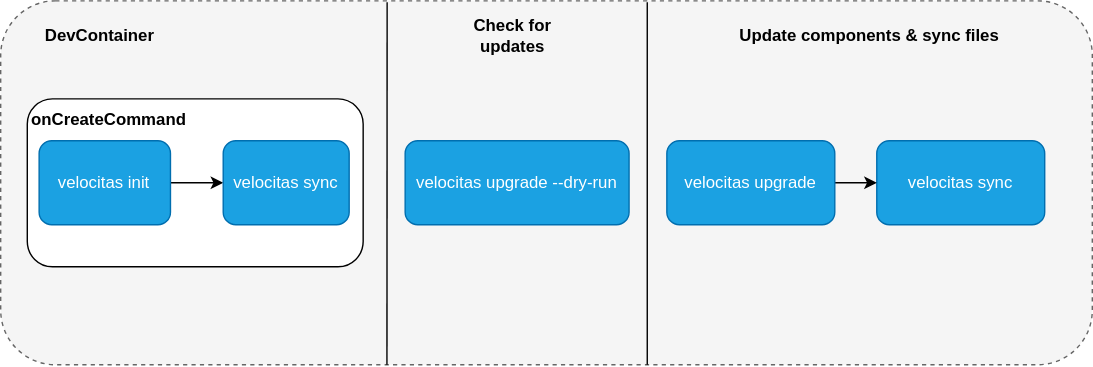
SoftwareDefinedVehicle/velocitas-docs keeps this draw.io diagram as docs/concepts/lifecycle_management/VADF_Lifecycle_Flow.drawio.svg. Above is the earlier version. Source tidied: cells renumbered, new cells last; positions are measured from the earlier drawing's top-left corner, leaving out a move shared by most shapes. The source it was exported from:
```xml
<mxGraphModel>
  <root>
    <mxCell id="0" />
    <mxCell id="1" parent="0" />
    <mxCell id="2" style="rounded=1;whiteSpace=wrap;html=1;fillColor=#f5f5f5;strokeColor=#666666;fontColor=#333333;dashed=1;" parent="1" vertex="1">
      <mxGeometry width="780" height="260" as="geometry" />
    </mxCell>
    <mxCell id="3" value="DevContainer" style="text;html=1;strokeColor=none;fillColor=none;align=center;verticalAlign=middle;whiteSpace=wrap;rounded=0;fontStyle=1;" parent="1" vertex="1">
      <mxGeometry x="26" y="10" width="90" height="30" as="geometry" />
    </mxCell>
    <mxCell id="4" value="velocitas upgrade --dry-run" style="rounded=1;whiteSpace=wrap;html=1;fillColor=#1ba1e2;fontColor=#ffffff;strokeColor=#006EAF;" parent="1" vertex="1">
      <mxGeometry x="289" y="100" width="160" height="60" as="geometry" />
    </mxCell>
    <mxCell id="5" value="velocitas sync" style="rounded=1;whiteSpace=wrap;html=1;fillColor=#1ba1e2;fontColor=#ffffff;strokeColor=#006EAF;" parent="1" vertex="1">
      <mxGeometry x="626" y="100" width="120" height="60" as="geometry" />
    </mxCell>
    <mxCell id="6" style="edgeStyle=orthogonalEdgeStyle;rounded=0;jettySize=auto;html=1;exitX=1;exitY=0.5;exitDx=0;exitDy=0;entryX=0;entryY=0.5;entryDx=0;entryDy=0;" parent="1" edge="1" source="7" target="5">
      <mxGeometry relative="1" as="geometry" />
    </mxCell>
    <mxCell id="7" value="velocitas upgrade" style="rounded=1;whiteSpace=wrap;html=1;fillColor=#1ba1e2;fontColor=#ffffff;strokeColor=#006EAF;" parent="1" vertex="1">
      <mxGeometry x="476" y="100" width="120" height="60" as="geometry" />
    </mxCell>
    <mxCell id="8" style="group;rounded=0;glass=0;fontStyle=0;" parent="1" vertex="1">
      <mxGeometry x="19" y="70" width="240" height="120" as="geometry" />
    </mxCell>
    <mxCell id="9" style="rounded=1;whiteSpace=wrap;html=1;" parent="8" vertex="1">
      <mxGeometry width="240" height="120" as="geometry" />
    </mxCell>
    <mxCell id="10" value="onCreateCommand" style="text;html=1;strokeColor=none;fillColor=none;align=center;verticalAlign=middle;whiteSpace=wrap;rounded=0;fontStyle=1;" parent="8" vertex="1">
      <mxGeometry x="3" width="110.8" height="30" as="geometry" />
    </mxCell>
    <mxCell id="11" style="edgeStyle=orthogonalEdgeStyle;rounded=0;jettySize=auto;html=1;exitX=1;exitY=0.5;exitDx=0;exitDy=0;entryX=0;entryY=0.5;entryDx=0;entryDy=0;" parent="8" edge="1" source="12" target="13">
      <mxGeometry relative="1" as="geometry" />
    </mxCell>
    <mxCell id="12" value="velocitas init" style="rounded=1;whiteSpace=wrap;html=1;fillColor=#1ba1e2;strokeColor=#006EAF;fontColor=#ffffff;" parent="8" vertex="1">
      <mxGeometry x="8.5" y="30" width="93.8" height="60" as="geometry" />
    </mxCell>
    <mxCell id="13" value="velocitas sync" style="rounded=1;whiteSpace=wrap;html=1;fillColor=#1ba1e2;fontColor=#ffffff;strokeColor=#006EAF;" parent="8" vertex="1">
      <mxGeometry x="140" y="30" width="90" height="60" as="geometry" />
    </mxCell>
    <mxCell id="14" style="endArrow=none;html=1;rounded=0;entryX=0.354;entryY=0.004;entryDx=0;entryDy=0;entryPerimeter=0;" parent="1" edge="1" target="2">
      <mxGeometry relative="1" as="geometry">
        <mxPoint x="276" y="260" as="sourcePoint" />
      </mxGeometry>
    </mxCell>
    <mxCell id="15" style="endArrow=none;html=1;rounded=0;entryX=0.354;entryY=0.004;entryDx=0;entryDy=0;entryPerimeter=0;" parent="1" edge="1">
      <mxGeometry relative="1" as="geometry">
        <mxPoint x="462" y="260" as="sourcePoint" />
        <mxPoint x="462" y="1" as="targetPoint" />
      </mxGeometry>
    </mxCell>
    <mxCell id="16" value="Check for updates" style="text;html=1;strokeColor=none;fillColor=none;align=center;verticalAlign=middle;whiteSpace=wrap;rounded=0;fontStyle=1;" parent="1" vertex="1">
      <mxGeometry x="336" y="10" width="60" height="30" as="geometry" />
    </mxCell>
    <mxCell id="17" value="Update components &amp;amp; sync files" style="text;html=1;strokeColor=none;fillColor=none;align=center;verticalAlign=middle;whiteSpace=wrap;rounded=0;fontStyle=1;" parent="1" vertex="1">
      <mxGeometry x="506" y="10" width="230" height="30" as="geometry" />
    </mxCell>
  </root>
</mxGraphModel>
```
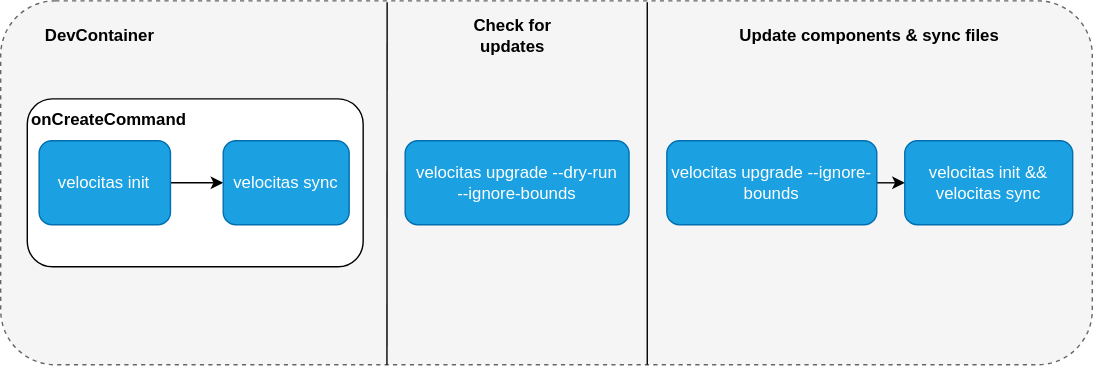
The same file after the commit.

Change to the diagram source:
```diff
@@ -8,17 +8,17 @@
     <mxCell id="3" value="DevContainer" style="text;html=1;strokeColor=none;fillColor=none;align=center;verticalAlign=middle;whiteSpace=wrap;rounded=0;fontStyle=1;" parent="1" vertex="1">
       <mxGeometry x="26" y="10" width="90" height="30" as="geometry" />
     </mxCell>
-    <mxCell id="4" value="velocitas upgrade --dry-run" style="rounded=1;whiteSpace=wrap;html=1;fillColor=#1ba1e2;fontColor=#ffffff;strokeColor=#006EAF;" parent="1" vertex="1">
+    <mxCell id="4" value="velocitas upgrade --dry-run&lt;br&gt;--ignore-bounds" style="rounded=1;whiteSpace=wrap;html=1;fillColor=#1ba1e2;fontColor=#ffffff;strokeColor=#006EAF;" parent="1" vertex="1">
       <mxGeometry x="289" y="100" width="160" height="60" as="geometry" />
     </mxCell>
-    <mxCell id="5" value="velocitas sync" style="rounded=1;whiteSpace=wrap;html=1;fillColor=#1ba1e2;fontColor=#ffffff;strokeColor=#006EAF;" parent="1" vertex="1">
-      <mxGeometry x="626" y="100" width="120" height="60" as="geometry" />
+    <mxCell id="5" value="velocitas init &amp;amp;&amp;amp; velocitas sync" style="rounded=1;whiteSpace=wrap;html=1;fillColor=#1ba1e2;fontColor=#ffffff;strokeColor=#006EAF;" parent="1" vertex="1">
+      <mxGeometry x="646" y="100" width="120" height="60" as="geometry" />
     </mxCell>
     <mxCell id="6" style="edgeStyle=orthogonalEdgeStyle;rounded=0;jettySize=auto;html=1;exitX=1;exitY=0.5;exitDx=0;exitDy=0;entryX=0;entryY=0.5;entryDx=0;entryDy=0;" parent="1" edge="1" source="7" target="5">
       <mxGeometry relative="1" as="geometry" />
     </mxCell>
-    <mxCell id="7" value="velocitas upgrade" style="rounded=1;whiteSpace=wrap;html=1;fillColor=#1ba1e2;fontColor=#ffffff;strokeColor=#006EAF;" parent="1" vertex="1">
-      <mxGeometry x="476" y="100" width="120" height="60" as="geometry" />
+    <mxCell id="7" value="velocitas upgrade --ignore-bounds" style="rounded=1;whiteSpace=wrap;html=1;fillColor=#1ba1e2;fontColor=#ffffff;strokeColor=#006EAF;" parent="1" vertex="1">
+      <mxGeometry x="476" y="100" width="150" height="60" as="geometry" />
     </mxCell>
     <mxCell id="8" style="group;rounded=0;glass=0;fontStyle=0;" parent="1" vertex="1">
       <mxGeometry x="19" y="70" width="240" height="120" as="geometry" />
```
